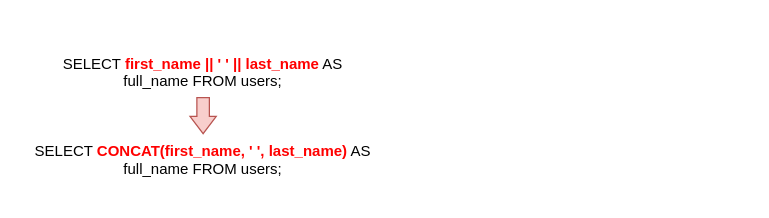
This is 开题报告/example.drawio from Olive-2019/drawio-source, a draw.io file, before an edit. Source tidied: cells renumbered, new cells numbered last; positions are measured from the earlier drawing's top-left corner, leaving out a move shared by most shapes. Both pictures are drawn from the tidied source at 125%, with x=0, y=0 at pixel (21, 46).
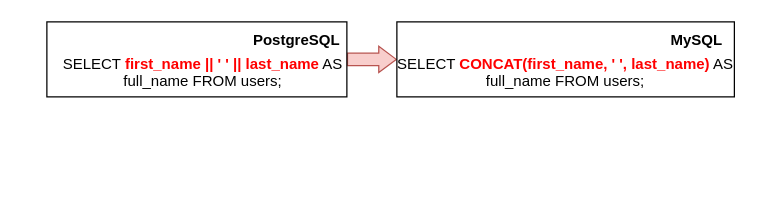
Above is the later version.

Change to the diagram source:
```diff
@@
 <mxGraphModel>
   <root>
     <mxCell id="0" />
     <mxCell id="1" parent="0" />
+    <mxCell id="4" style="shape=flexArrow;endArrow=classic;html=1;rounded=0;endWidth=10;endSize=4.33;fontFamily=Helvetica;fillColor=#f8cecc;strokeColor=#b85450;exitX=1;exitY=0.25;exitDx=0;exitDy=0;entryX=0;entryY=0.5;entryDx=0;entryDy=0;" parent="1" edge="1" source="2" target="6">
+      <mxGeometry relative="1" as="geometry" />
+    </mxCell>
+    <mxCell id="5" style="group;" parent="1" vertex="1">
+      <mxGeometry x="290" y="-20" width="290" height="60" as="geometry" />
+    </mxCell>
+    <mxCell id="3" value="&lt;div&gt;SELECT &lt;b&gt;&lt;font color=&quot;#ff0000&quot;&gt;CONCAT(first_name, ' ', last_name)&lt;/font&gt;&lt;/b&gt; AS full_name FROM users;&lt;/div&gt;&lt;div&gt;&lt;br&gt;&lt;/div&gt;" style="text;html=1;align=center;verticalAlign=top;whiteSpace=wrap;rounded=0;fontFamily=Helvetica;" parent="5" vertex="1">
+      <mxGeometry y="20" width="290" height="40" as="geometry" />
+    </mxCell>
+    <mxCell id="6" style="rounded=0;whiteSpace=wrap;html=1;fillColor=none;" parent="5" vertex="1">
+      <mxGeometry x="10" width="270" height="60" as="geometry" />
+    </mxCell>
+    <mxCell id="7" value="MySQL" style="text;html=1;align=center;verticalAlign=middle;whiteSpace=wrap;rounded=0;fontStyle=1;" parent="5" vertex="1">
+      <mxGeometry x="220" width="60" height="30" as="geometry" />
+    </mxCell>
+    <mxCell id="8" style="group;" parent="1" vertex="1">
+      <mxGeometry x="20" y="-20" width="240" height="60" as="geometry" />
+    </mxCell>
+    <mxCell id="9" style="rounded=0;whiteSpace=wrap;html=1;fillColor=none;" parent="8" vertex="1">
+      <mxGeometry width="240" height="60" as="geometry" />
+    </mxCell>
-    <mxCell id="2" value="&lt;div&gt;SELECT &lt;b&gt;&lt;font color=&quot;#ff0000&quot;&gt;first_name || ' ' || last_name&lt;/font&gt;&lt;/b&gt; AS full_name FROM users;&lt;/div&gt;&lt;div&gt;&lt;br&gt;&lt;/div&gt;" style="text;html=1;align=center;verticalAlign=top;whiteSpace=wrap;rounded=0;fontFamily=Helvetica;" parent="1" vertex="1">
-      <mxGeometry x="30" width="230" height="40" as="geometry" />
+    <mxCell id="2" value="&lt;div&gt;SELECT &lt;font style=&quot;&quot; color=&quot;#ff0000&quot;&gt;&lt;b&gt;first_name || ' ' || last_name&lt;/b&gt;&lt;/font&gt; AS full_name FROM users;&lt;/div&gt;&lt;div&gt;&lt;br&gt;&lt;/div&gt;" style="text;html=1;align=center;verticalAlign=top;whiteSpace=wrap;rounded=0;fontFamily=Helvetica;" parent="8" vertex="1">
+      <mxGeometry x="10" y="20" width="230" height="40" as="geometry" />
     </mxCell>
-    <mxCell id="3" value="&lt;div&gt;SELECT &lt;b&gt;&lt;font color=&quot;#ff0000&quot;&gt;CONCAT(first_name, ' ', last_name)&lt;/font&gt;&lt;/b&gt; AS full_name FROM users;&lt;/div&gt;&lt;div&gt;&lt;br&gt;&lt;/div&gt;" style="text;html=1;align=center;verticalAlign=top;whiteSpace=wrap;rounded=0;fontFamily=Helvetica;" parent="1" vertex="1">
-      <mxGeometry y="70" width="290" height="40" as="geometry" />
-    </mxCell>
-    <mxCell id="4" style="shape=flexArrow;endArrow=classic;html=1;rounded=0;endWidth=10;endSize=4.33;fontFamily=Helvetica;fillColor=#f8cecc;strokeColor=#b85450;" parent="1" edge="1" source="2" target="3">
-      <mxGeometry relative="1" as="geometry" />
-    </mxCell>
+    <mxCell id="10" value="PostgreSQL" style="text;html=1;align=center;verticalAlign=middle;whiteSpace=wrap;rounded=0;fontStyle=1;" parent="8" vertex="1">
+      <mxGeometry x="170" width="60" height="30" as="geometry" />
+    </mxCell>
   </root>
 </mxGraphModel>
```
